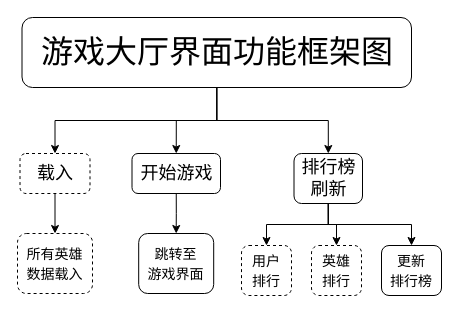
Above: 程序设计-王者农药/游戏大厅.drawio in archerror/drawio (draw.io), before the change. Source tidied: cells renumbered, new cells numbered last; positions are measured from the earlier drawing's top-left corner, leaving out a move shared by most shapes. Both pictures are drawn from the tidied source at 100%, with x=0, y=0 at pixel (17, 17).
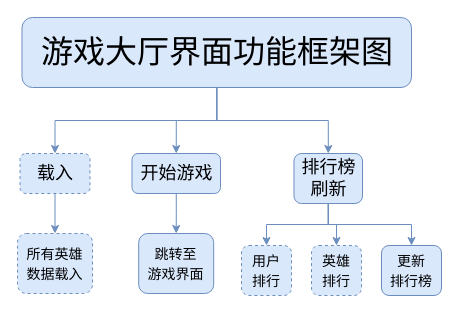
The same diagram, later.

Commit message (it also covers changes not shown here):
更新游戏大厅.drawio

What changed in the source:
```diff
@@
 <mxGraphModel>
   <root>
     <mxCell id="0" />
     <mxCell id="1" parent="0" />
-    <mxCell id="2" style="edgeStyle=orthogonalEdgeStyle;rounded=0;jettySize=auto;html=1;exitX=0.5;exitY=1;exitDx=0;exitDy=0;entryX=0.5;entryY=0;entryDx=0;entryDy=0;fontFamily=Times New Roman;fontSize=16;" parent="1" edge="1" source="5" target="9">
+    <mxCell id="2" style="edgeStyle=orthogonalEdgeStyle;rounded=0;jettySize=auto;html=1;exitX=0.5;exitY=1;exitDx=0;exitDy=0;entryX=0.5;entryY=0;entryDx=0;entryDy=0;fontFamily=Times New Roman;fontSize=16;fillColor=#dae8fc;strokeColor=#6c8ebf;" parent="1" edge="1" source="5" target="9">
       <mxGeometry relative="1" as="geometry" />
     </mxCell>
-    <mxCell id="3" style="edgeStyle=orthogonalEdgeStyle;rounded=0;jettySize=auto;html=1;fontFamily=Times New Roman;fontSize=16;" parent="1" edge="1" source="5" target="13">
+    <mxCell id="3" style="edgeStyle=orthogonalEdgeStyle;rounded=0;jettySize=auto;html=1;fontFamily=Times New Roman;fontSize=16;fillColor=#dae8fc;strokeColor=#6c8ebf;" parent="1" edge="1" source="5" target="13">
       <mxGeometry relative="1" as="geometry" />
     </mxCell>
-    <mxCell id="4" style="edgeStyle=orthogonalEdgeStyle;rounded=0;jettySize=auto;html=1;entryX=0.5;entryY=0;entryDx=0;entryDy=0;fontFamily=Times New Roman;fontSize=16;" parent="1" edge="1" source="5" target="7">
+    <mxCell id="4" style="edgeStyle=orthogonalEdgeStyle;rounded=0;jettySize=auto;html=1;entryX=0.5;entryY=0;entryDx=0;entryDy=0;fontFamily=Times New Roman;fontSize=16;fillColor=#dae8fc;strokeColor=#6c8ebf;" parent="1" edge="1" source="5" target="7">
       <mxGeometry relative="1" as="geometry" />
     </mxCell>
-    <mxCell id="5" value="游戏大厅界面功能框架图" style="rounded=1;whiteSpace=wrap;html=1;fontFamily=Times New Roman;fontSize=32;" parent="1" vertex="1">
+    <mxCell id="5" value="游戏大厅界面功能框架图" style="rounded=1;whiteSpace=wrap;html=1;fontFamily=Times New Roman;fontSize=32;fillColor=#dae8fc;strokeColor=#6c8ebf;" parent="1" vertex="1">
       <mxGeometry x="4.5" width="389.5" height="70" as="geometry" />
     </mxCell>
-    <mxCell id="6" style="edgeStyle=orthogonalEdgeStyle;rounded=0;jettySize=auto;html=1;fontFamily=Times New Roman;fontSize=16;" parent="1" edge="1" source="7" target="14">
+    <mxCell id="6" style="edgeStyle=orthogonalEdgeStyle;rounded=0;jettySize=auto;html=1;fontFamily=Times New Roman;fontSize=16;fillColor=#dae8fc;strokeColor=#6c8ebf;" parent="1" edge="1" source="7" target="14">
       <mxGeometry relative="1" as="geometry" />
     </mxCell>
-    <mxCell id="7" value="&lt;span style=&quot;font-size: 18px;&quot;&gt;载入&lt;/span&gt;" style="rounded=1;whiteSpace=wrap;html=1;fontFamily=Times New Roman;fontSize=16;dashed=1;" parent="1" vertex="1">
+    <mxCell id="7" value="&lt;span style=&quot;font-size: 18px;&quot;&gt;载入&lt;/span&gt;" style="rounded=1;whiteSpace=wrap;html=1;fontFamily=Times New Roman;fontSize=16;dashed=1;fillColor=#dae8fc;strokeColor=#6c8ebf;" parent="1" vertex="1">
       <mxGeometry x="2.5" y="136" width="70" height="40" as="geometry" />
     </mxCell>
-    <mxCell id="8" style="edgeStyle=orthogonalEdgeStyle;rounded=0;jettySize=auto;html=1;exitX=0.5;exitY=1;exitDx=0;exitDy=0;fontFamily=Times New Roman;fontSize=18;" parent="1" edge="1" source="9" target="15">
+    <mxCell id="8" style="edgeStyle=orthogonalEdgeStyle;rounded=0;jettySize=auto;html=1;exitX=0.5;exitY=1;exitDx=0;exitDy=0;fontFamily=Times New Roman;fontSize=18;fillColor=#dae8fc;strokeColor=#6c8ebf;" parent="1" edge="1" source="9" target="15">
       <mxGeometry relative="1" as="geometry" />
     </mxCell>
-    <mxCell id="9" value="&lt;span style=&quot;font-size: 18px;&quot;&gt;开始游戏&lt;/span&gt;" style="rounded=1;whiteSpace=wrap;html=1;fontFamily=Times New Roman;fontSize=16;" parent="1" vertex="1">
+    <mxCell id="9" value="&lt;span style=&quot;font-size: 18px;&quot;&gt;开始游戏&lt;/span&gt;" style="rounded=1;whiteSpace=wrap;html=1;fontFamily=Times New Roman;fontSize=16;fillColor=#dae8fc;strokeColor=#6c8ebf;" parent="1" vertex="1">
       <mxGeometry x="114.5" y="136" width="88.5" height="40" as="geometry" />
     </mxCell>
-    <mxCell id="10" style="edgeStyle=orthogonalEdgeStyle;rounded=0;jettySize=auto;html=1;entryX=0.5;entryY=0;entryDx=0;entryDy=0;fontFamily=Times New Roman;fontSize=18;" parent="1" edge="1" source="13" target="17">
+    <mxCell id="10" style="edgeStyle=orthogonalEdgeStyle;rounded=0;jettySize=auto;html=1;entryX=0.5;entryY=0;entryDx=0;entryDy=0;fontFamily=Times New Roman;fontSize=18;fillColor=#dae8fc;strokeColor=#6c8ebf;" parent="1" edge="1" source="13" target="17">
       <mxGeometry relative="1" as="geometry" />
     </mxCell>
-    <mxCell id="11" style="edgeStyle=orthogonalEdgeStyle;rounded=0;jettySize=auto;html=1;exitX=0.5;exitY=1;exitDx=0;exitDy=0;entryX=0.5;entryY=0;entryDx=0;entryDy=0;" parent="1" edge="1" source="13" target="18">
+    <mxCell id="11" style="edgeStyle=orthogonalEdgeStyle;rounded=0;jettySize=auto;html=1;exitX=0.5;exitY=1;exitDx=0;exitDy=0;entryX=0.5;entryY=0;entryDx=0;entryDy=0;fillColor=#dae8fc;strokeColor=#6c8ebf;" parent="1" edge="1" source="13" target="18">
       <mxGeometry relative="1" as="geometry" />
     </mxCell>
-    <mxCell id="12" style="edgeStyle=orthogonalEdgeStyle;rounded=0;jettySize=auto;html=1;exitX=0.5;exitY=1;exitDx=0;exitDy=0;entryX=0.5;entryY=0;entryDx=0;entryDy=0;" parent="1" edge="1" source="13" target="16">
+    <mxCell id="12" style="edgeStyle=orthogonalEdgeStyle;rounded=0;jettySize=auto;html=1;exitX=0.5;exitY=1;exitDx=0;exitDy=0;entryX=0.5;entryY=0;entryDx=0;entryDy=0;fillColor=#dae8fc;strokeColor=#6c8ebf;" parent="1" edge="1" source="13" target="16">
       <mxGeometry relative="1" as="geometry" />
     </mxCell>
-    <mxCell id="13" value="&lt;font style=&quot;font-size: 18px;&quot;&gt;排行榜刷新&lt;/font&gt;" style="rounded=1;whiteSpace=wrap;html=1;fontFamily=Times New Roman;fontSize=16;" parent="1" vertex="1">
+    <mxCell id="13" value="&lt;font style=&quot;font-size: 18px;&quot;&gt;排行榜刷新&lt;/font&gt;" style="rounded=1;whiteSpace=wrap;html=1;fontFamily=Times New Roman;fontSize=16;fillColor=#dae8fc;strokeColor=#6c8ebf;" parent="1" vertex="1">
       <mxGeometry x="276.5" y="136" width="68.5" height="50" as="geometry" />
     </mxCell>
-    <mxCell id="14" value="&lt;font style=&quot;font-size: 14px;&quot;&gt;所有英雄&lt;br&gt;数据载入&lt;/font&gt;" style="rounded=1;whiteSpace=wrap;html=1;fontFamily=Times New Roman;fontSize=16;dashed=1;" parent="1" vertex="1">
+    <mxCell id="14" value="&lt;font style=&quot;font-size: 14px;&quot;&gt;所有英雄&lt;br&gt;数据载入&lt;/font&gt;" style="rounded=1;whiteSpace=wrap;html=1;fontFamily=Times New Roman;fontSize=16;dashed=1;fillColor=#dae8fc;strokeColor=#6c8ebf;" parent="1" vertex="1">
       <mxGeometry y="216" width="75" height="60" as="geometry" />
     </mxCell>
-    <mxCell id="15" value="&lt;span style=&quot;font-size: 14px;&quot;&gt;跳转至&lt;br&gt;游戏界面&lt;/span&gt;" style="rounded=1;whiteSpace=wrap;html=1;fontFamily=Times New Roman;fontSize=16;" parent="1" vertex="1">
+    <mxCell id="15" value="&lt;span style=&quot;font-size: 14px;&quot;&gt;跳转至&lt;br&gt;游戏界面&lt;/span&gt;" style="rounded=1;whiteSpace=wrap;html=1;fontFamily=Times New Roman;fontSize=16;fillColor=#dae8fc;strokeColor=#6c8ebf;" parent="1" vertex="1">
       <mxGeometry x="121.2" y="216" width="75" height="60" as="geometry" />
     </mxCell>
-    <mxCell id="16" value="&lt;span style=&quot;font-size: 14px;&quot;&gt;用户&lt;br&gt;排行&lt;br&gt;&lt;/span&gt;" style="rounded=1;whiteSpace=wrap;html=1;fontFamily=Times New Roman;fontSize=16;dashed=1;" parent="1" vertex="1">
+    <mxCell id="16" value="&lt;span style=&quot;font-size: 14px;&quot;&gt;用户&lt;br&gt;排行&lt;br&gt;&lt;/span&gt;" style="rounded=1;whiteSpace=wrap;html=1;fontFamily=Times New Roman;fontSize=16;dashed=1;fillColor=#dae8fc;strokeColor=#6c8ebf;" parent="1" vertex="1">
       <mxGeometry x="224" y="228" width="50" height="50" as="geometry" />
     </mxCell>
-    <mxCell id="17" value="&lt;span style=&quot;font-size: 14px;&quot;&gt;英雄&lt;br&gt;排行&lt;/span&gt;" style="rounded=1;whiteSpace=wrap;html=1;fontFamily=Times New Roman;fontSize=16;dashed=1;" parent="1" vertex="1">
+    <mxCell id="17" value="&lt;span style=&quot;font-size: 14px;&quot;&gt;英雄&lt;br&gt;排行&lt;/span&gt;" style="rounded=1;whiteSpace=wrap;html=1;fontFamily=Times New Roman;fontSize=16;dashed=1;fillColor=#dae8fc;strokeColor=#6c8ebf;" parent="1" vertex="1">
       <mxGeometry x="294" y="228" width="50" height="50" as="geometry" />
     </mxCell>
-    <mxCell id="18" value="&lt;span style=&quot;font-size: 14px;&quot;&gt;更新&lt;br&gt;排行榜&lt;/span&gt;" style="rounded=1;whiteSpace=wrap;html=1;fontFamily=Times New Roman;fontSize=16;" parent="1" vertex="1">
+    <mxCell id="18" value="&lt;span style=&quot;font-size: 14px;&quot;&gt;更新&lt;br&gt;排行榜&lt;/span&gt;" style="rounded=1;whiteSpace=wrap;html=1;fontFamily=Times New Roman;fontSize=16;fillColor=#dae8fc;strokeColor=#6c8ebf;" parent="1" vertex="1">
       <mxGeometry x="364" y="228" width="60" height="50" as="geometry" />
     </mxCell>
   </root>
 </mxGraphModel>
```
